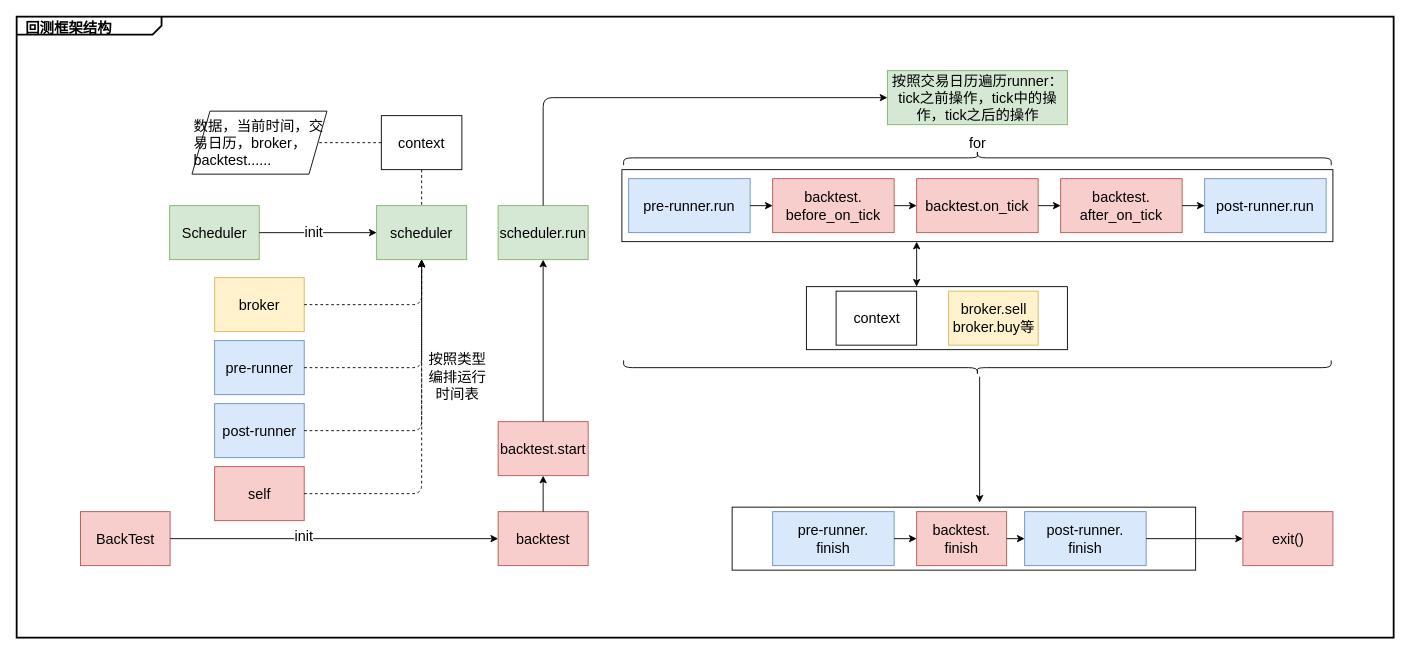
jayed008/notebook keeps this draw.io diagram as drawio/回测框架结构.drawio. Above is the earlier version. Source tidied: cells renumbered, new cells numbered last; positions are measured from the earlier drawing's top-left corner, leaving out a move shared by most shapes. Both pictures are drawn from the tidied source at 90%, with x=0, y=0 at pixel (16, -196).
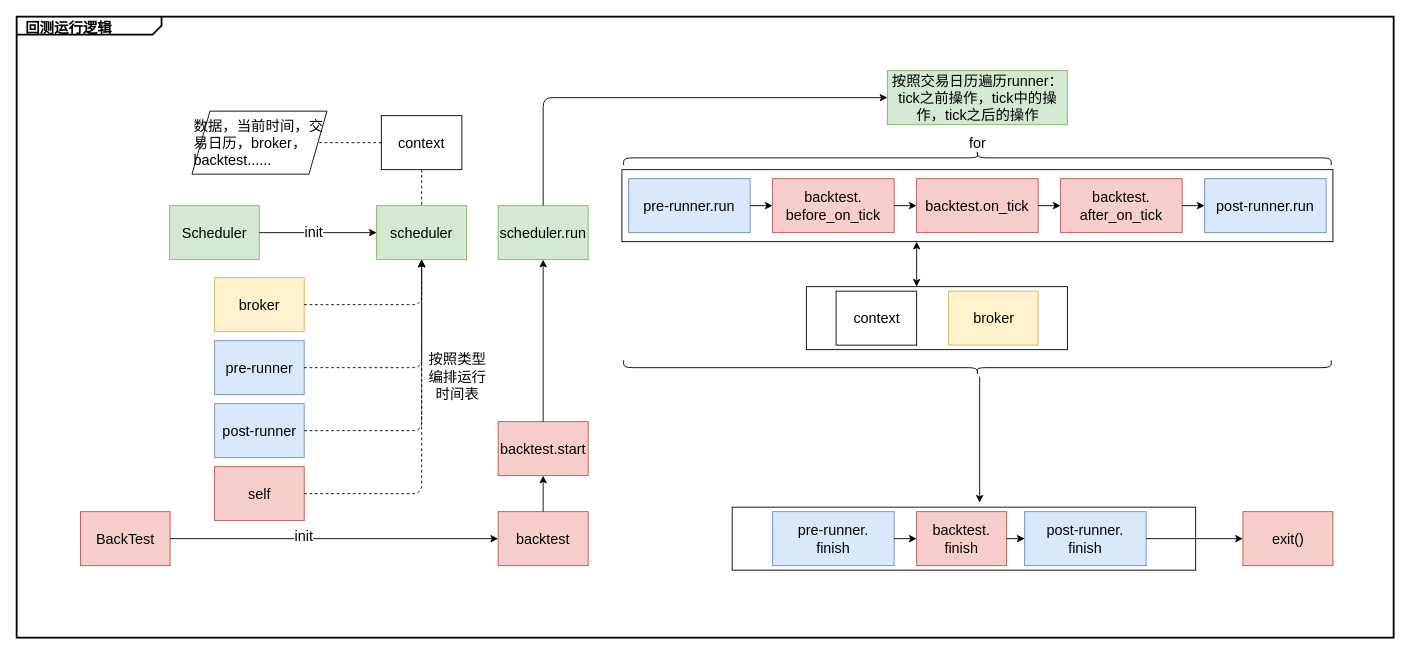
The same page after the edit.

Commit message:
Update 回测框架结构.drawio

What changed in the source:
```diff
@@
-    <mxCell id="5" value="&lt;p style=&quot;margin: 4px 0px 0px 10px ; text-align: left ; font-size: 16px&quot;&gt;&lt;b&gt;回测框架结构&lt;/b&gt;&lt;/p&gt;" style="html=1;strokeWidth=2;shape=mxgraph.sysml.package;html=1;overflow=fill;whiteSpace=wrap;gradientColor=none;fontSize=16;align=center;labelX=161;shadow=0;sketch=0;fillColor=none;" parent="1" vertex="1">
+    <mxCell id="5" value="&lt;p style=&quot;margin: 4px 0px 0px 10px ; text-align: left ; font-size: 16px&quot;&gt;&lt;b&gt;回测运行逻辑&lt;/b&gt;&lt;/p&gt;" style="html=1;strokeWidth=2;shape=mxgraph.sysml.package;html=1;overflow=fill;whiteSpace=wrap;gradientColor=none;fontSize=16;align=center;labelX=161;shadow=0;sketch=0;fillColor=none;" parent="1" vertex="1">
       <mxGeometry y="236" width="1530" height="690" as="geometry" />
     </mxCell>
@@
-    <mxCell id="43" value="broker.sell&lt;br&gt;broker.buy等" style="rounded=0;whiteSpace=wrap;html=1;fontSize=16;fillColor=#fff2cc;strokeColor=#d6b656;" parent="1" vertex="1">
+    <mxCell id="43" value="broker" style="rounded=0;whiteSpace=wrap;html=1;fontSize=16;fillColor=#fff2cc;strokeColor=#d6b656;" parent="1" vertex="1">
       <mxGeometry x="1035.5" y="541" width="99.5" height="60" as="geometry" />
     </mxCell>
```
